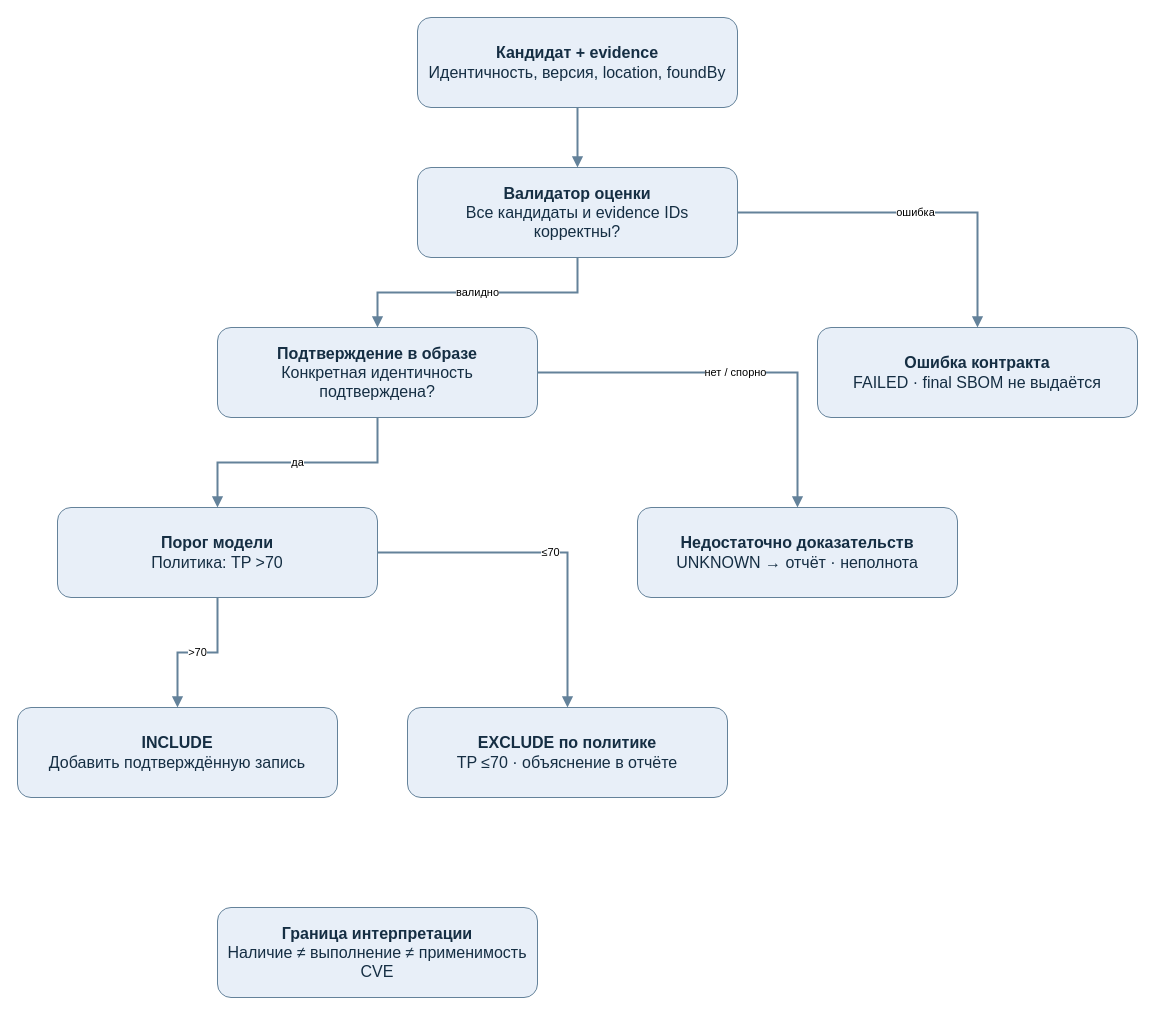
Before: page "02 Решение по зависимости" (2 of 2) of docs/system-workflow.drawio in prince174/sbom_creator, a draw.io diagram. Source tidied: cells renumbered, new cells numbered last; positions are measured from the earlier drawing's top-left corner, leaving out a move shared by most shapes. Both pictures are drawn from the tidied source at 100%, with x=0, y=0 at pixel (17, 17).
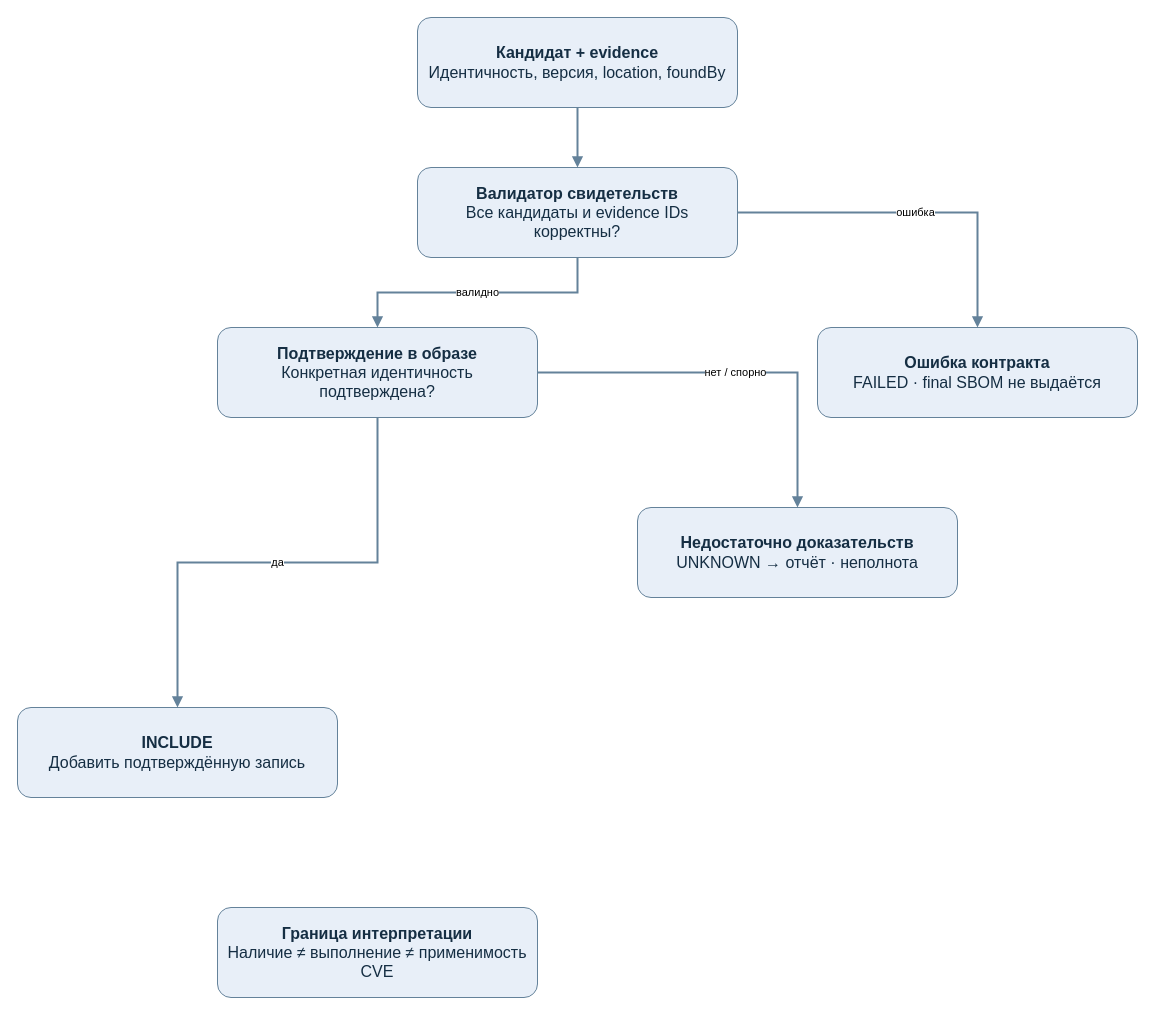
Above is the later version.

Diff of the diagram source:
```diff
@@
 <mxGraphModel>
   <root>
     <mxCell id="0" />
     <mxCell id="1" parent="0" />
     <mxCell id="2" value="&lt;b&gt;Кандидат + evidence&lt;/b&gt;&lt;br&gt;Идентичность, версия, location, foundBy" style="rounded=1;whiteSpace=wrap;html=1;fillColor=#e8eff8;strokeColor=#64829a;fontColor=#152e43;fontSize=16;spacing=10;" parent="1" vertex="1">
       <mxGeometry x="400" width="320" height="90" as="geometry" />
     </mxCell>
-    <mxCell id="3" value="&lt;b&gt;Валидатор оценки&lt;/b&gt;&lt;br&gt;Все кандидаты и evidence IDs корректны?" style="rounded=1;whiteSpace=wrap;html=1;fillColor=#e8eff8;strokeColor=#64829a;fontColor=#152e43;fontSize=16;spacing=10;" parent="1" vertex="1">
+    <mxCell id="3" value="&lt;b&gt;Валидатор свидетельств&lt;/b&gt;&lt;br&gt;Все кандидаты и evidence IDs корректны?" style="rounded=1;whiteSpace=wrap;html=1;fillColor=#e8eff8;strokeColor=#64829a;fontColor=#152e43;fontSize=16;spacing=10;" parent="1" vertex="1">
       <mxGeometry x="400" y="150" width="320" height="90" as="geometry" />
     </mxCell>
     <mxCell id="4" value="&lt;b&gt;Ошибка контракта&lt;/b&gt;&lt;br&gt;FAILED · final SBOM не выдаётся" style="rounded=1;whiteSpace=wrap;html=1;fillColor=#e8eff8;strokeColor=#64829a;fontColor=#152e43;fontSize=16;spacing=10;" parent="1" vertex="1">
       <mxGeometry x="800" y="310" width="320" height="90" as="geometry" />
     </mxCell>
     <mxCell id="5" value="&lt;b&gt;Подтверждение в образе&lt;/b&gt;&lt;br&gt;Конкретная идентичность подтверждена?" style="rounded=1;whiteSpace=wrap;html=1;fillColor=#e8eff8;strokeColor=#64829a;fontColor=#152e43;fontSize=16;spacing=10;" parent="1" vertex="1">
       <mxGeometry x="200" y="310" width="320" height="90" as="geometry" />
     </mxCell>
     <mxCell id="6" value="&lt;b&gt;Недостаточно доказательств&lt;/b&gt;&lt;br&gt;UNKNOWN → отчёт · неполнота" style="rounded=1;whiteSpace=wrap;html=1;fillColor=#e8eff8;strokeColor=#64829a;fontColor=#152e43;fontSize=16;spacing=10;" parent="1" vertex="1">
       <mxGeometry x="620" y="490" width="320" height="90" as="geometry" />
     </mxCell>
-    <mxCell id="7" value="&lt;b&gt;Порог модели&lt;/b&gt;&lt;br&gt;Политика: TP &amp;gt;70" style="rounded=1;whiteSpace=wrap;html=1;fillColor=#e8eff8;strokeColor=#64829a;fontColor=#152e43;fontSize=16;spacing=10;" parent="1" vertex="1">
-      <mxGeometry x="40" y="490" width="320" height="90" as="geometry" />
-    </mxCell>
     <mxCell id="8" value="&lt;b&gt;INCLUDE&lt;/b&gt;&lt;br&gt;Добавить подтверждённую запись" style="rounded=1;whiteSpace=wrap;html=1;fillColor=#e8eff8;strokeColor=#64829a;fontColor=#152e43;fontSize=16;spacing=10;" parent="1" vertex="1">
       <mxGeometry y="690" width="320" height="90" as="geometry" />
     </mxCell>
-    <mxCell id="9" value="&lt;b&gt;EXCLUDE по политике&lt;/b&gt;&lt;br&gt;TP ≤70 · объяснение в отчёте" style="rounded=1;whiteSpace=wrap;html=1;fillColor=#e8eff8;strokeColor=#64829a;fontColor=#152e43;fontSize=16;spacing=10;" parent="1" vertex="1">
-      <mxGeometry x="390" y="690" width="320" height="90" as="geometry" />
-    </mxCell>
     <mxCell id="10" value="&lt;b&gt;Граница интерпретации&lt;/b&gt;&lt;br&gt;Наличие ≠ выполнение ≠ применимость CVE" style="rounded=1;whiteSpace=wrap;html=1;fillColor=#e8eff8;strokeColor=#64829a;fontColor=#152e43;fontSize=16;spacing=10;" parent="1" vertex="1">
       <mxGeometry x="200" y="890" width="320" height="90" as="geometry" />
     </mxCell>
     <mxCell id="11" style="edgeStyle=orthogonalEdgeStyle;rounded=0;html=1;endArrow=block;strokeColor=#64829a;strokeWidth=2;" parent="1" edge="1" source="2" target="3">
       <mxGeometry relative="1" as="geometry" />
     </mxCell>
     <mxCell id="12" value="ошибка" style="edgeStyle=orthogonalEdgeStyle;rounded=0;html=1;endArrow=block;strokeColor=#64829a;strokeWidth=2;" parent="1" edge="1" source="3" target="4">
       <mxGeometry relative="1" as="geometry" />
     </mxCell>
     <mxCell id="13" value="валидно" style="edgeStyle=orthogonalEdgeStyle;rounded=0;html=1;endArrow=block;strokeColor=#64829a;strokeWidth=2;" parent="1" edge="1" source="3" target="5">
       <mxGeometry relative="1" as="geometry" />
     </mxCell>
     <mxCell id="14" value="нет / спорно" style="edgeStyle=orthogonalEdgeStyle;rounded=0;html=1;endArrow=block;strokeColor=#64829a;strokeWidth=2;" parent="1" edge="1" source="5" target="6">
       <mxGeometry relative="1" as="geometry" />
     </mxCell>
-    <mxCell id="15" value="да" style="edgeStyle=orthogonalEdgeStyle;rounded=0;html=1;endArrow=block;strokeColor=#64829a;strokeWidth=2;" parent="1" edge="1" source="5" target="7">
+    <mxCell id="15" value="да" style="edgeStyle=orthogonalEdgeStyle;rounded=0;html=1;endArrow=block;strokeColor=#64829a;strokeWidth=2;" parent="1" edge="1" source="5" target="8">
       <mxGeometry relative="1" as="geometry" />
     </mxCell>
-    <mxCell id="16" value="&gt;70" style="edgeStyle=orthogonalEdgeStyle;rounded=0;html=1;endArrow=block;strokeColor=#64829a;strokeWidth=2;" parent="1" edge="1" source="7" target="8">
-      <mxGeometry relative="1" as="geometry" />
-    </mxCell>
-    <mxCell id="17" value="≤70" style="edgeStyle=orthogonalEdgeStyle;rounded=0;html=1;endArrow=block;strokeColor=#64829a;strokeWidth=2;" parent="1" edge="1" source="7" target="9">
-      <mxGeometry relative="1" as="geometry" />
-    </mxCell>
   </root>
 </mxGraphModel>
```
